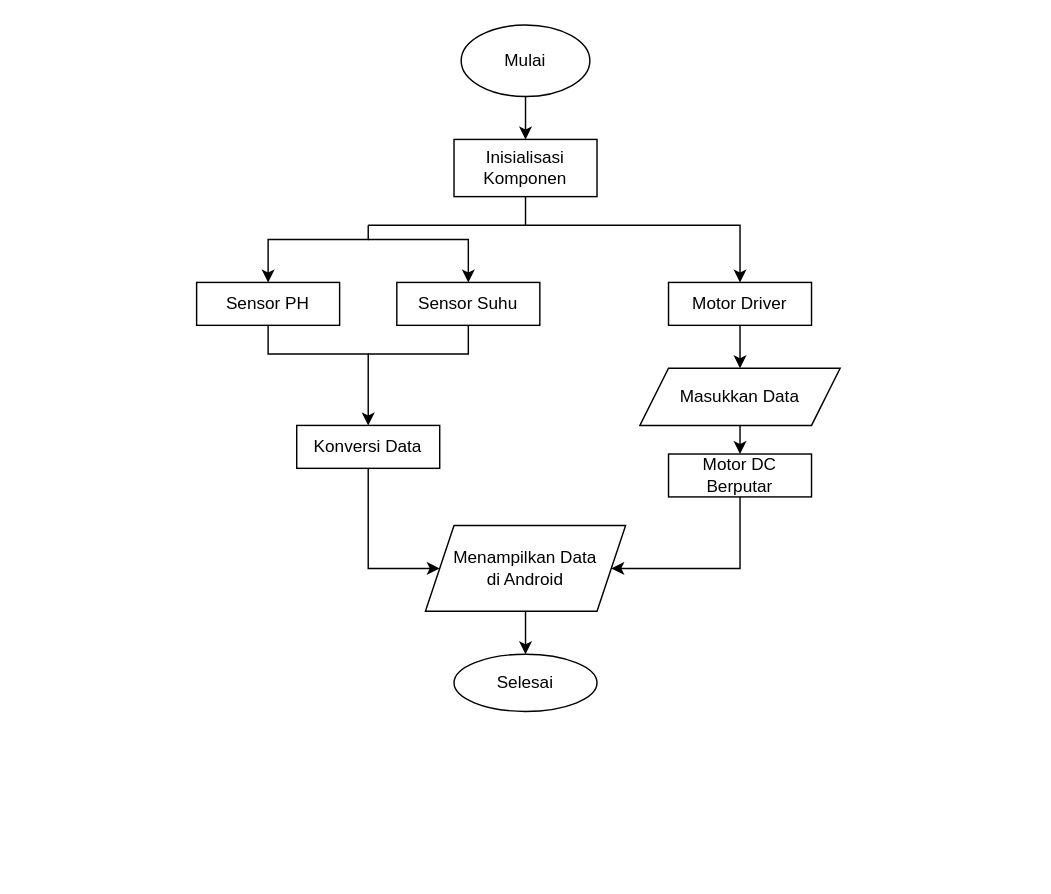
Before: Untitled Diagram.drawio in Handrawinata/komunikasi-nrf, a draw.io diagram. Source tidied: cells renumbered, new cells numbered last; positions are measured from the earlier drawing's top-left corner, leaving out a move shared by most shapes. Both pictures are drawn from the tidied source at 143%, with x=0, y=0 at pixel (196, 24).
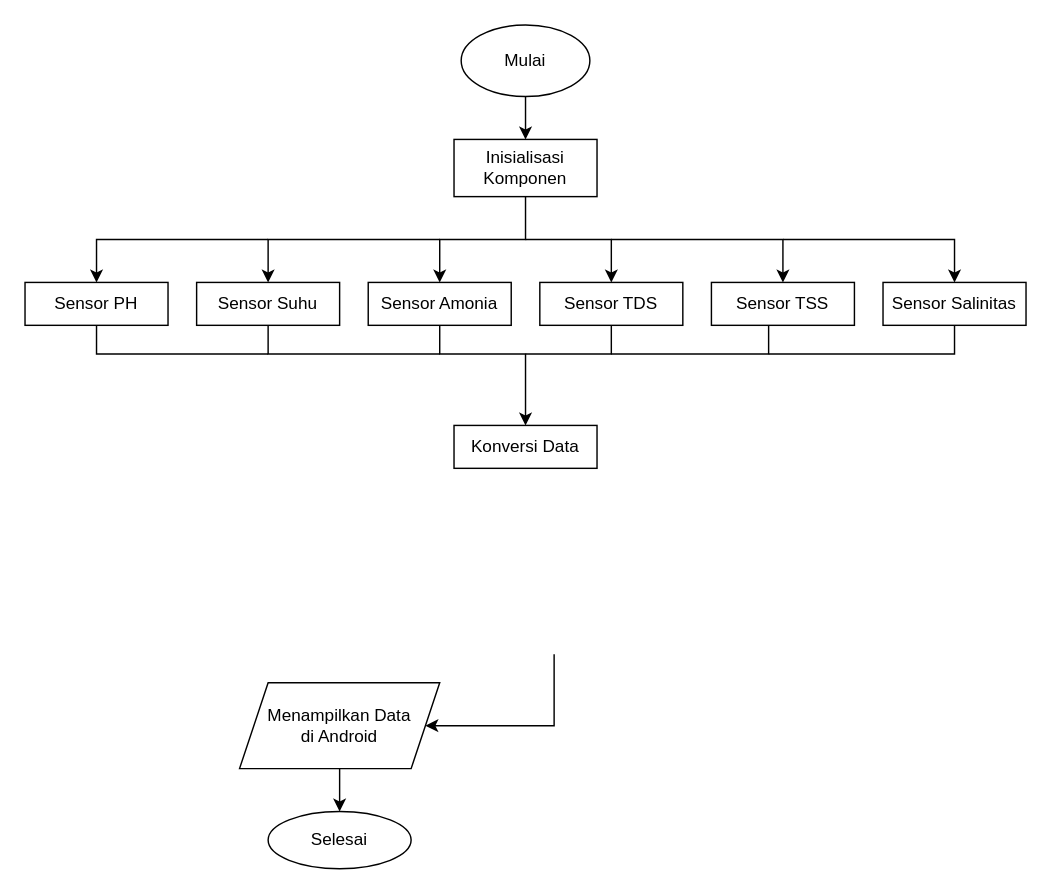
Above is the later version.

Unchanged cells that the change refers to:
```xml
<mxCell id="3" value="Inisialisasi Komponen" style="rounded=0;whiteSpace=wrap;html=1;" parent="1" vertex="1">
  <mxGeometry x="180" y="80" width="100" height="40" as="geometry" />
</mxCell>
```

Change to the diagram source:
```diff
@@
-    <mxCell id="5" style="endArrow=none;html=1;rounded=0;exitX=0.5;exitY=1;exitDx=0;exitDy=0;" parent="1" edge="1" source="3">
-      <mxGeometry relative="1" as="geometry">
-        <mxPoint x="120" y="140" as="targetPoint" />
-        <Array as="points">
-          <mxPoint x="230" y="140" />
-        </Array>
-      </mxGeometry>
-    </mxCell>
-    <mxCell id="6" value="Sensor PH" style="rounded=0;whiteSpace=wrap;html=1;" parent="1" vertex="1">
-      <mxGeometry y="180" width="100" height="30" as="geometry" />
+    <mxCell id="6" value="Sensor Amonia" style="rounded=0;whiteSpace=wrap;html=1;" parent="1" vertex="1">
+      <mxGeometry x="120" y="180" width="100" height="30" as="geometry" />
     </mxCell>
-    <mxCell id="7" value="&lt;span&gt;Sensor Suhu&lt;/span&gt;" style="rounded=0;whiteSpace=wrap;html=1;" parent="1" vertex="1">
-      <mxGeometry x="140" y="180" width="100" height="30" as="geometry" />
+    <mxCell id="7" value="&lt;span&gt;Sensor TDS&lt;/span&gt;" style="rounded=0;whiteSpace=wrap;html=1;" parent="1" vertex="1">
+      <mxGeometry x="240" y="180" width="100" height="30" as="geometry" />
     </mxCell>
-    <mxCell id="8" style="endArrow=classic;html=1;rounded=0;entryX=0.5;entryY=0;entryDx=0;entryDy=0;" parent="1" edge="1" target="6">
+    <mxCell id="8" style="endArrow=classic;html=1;rounded=0;entryX=0.5;entryY=0;entryDx=0;entryDy=0;exitX=0.5;exitY=1;exitDx=0;exitDy=0;" parent="1" edge="1" source="3" target="6">
       <mxGeometry relative="1" as="geometry">
-        <mxPoint x="120" y="140" as="sourcePoint" />
         <Array as="points">
-          <mxPoint x="120" y="150" />
-          <mxPoint x="50" y="150" />
-          <mxPoint x="50" y="180" />
+          <mxPoint x="230" y="150" />
+          <mxPoint x="170" y="150" />
         </Array>
       </mxGeometry>
     </mxCell>
     <mxCell id="9" style="endArrow=classic;html=1;rounded=0;entryX=0.5;entryY=0;entryDx=0;entryDy=0;" parent="1" edge="1" target="7">
       <mxGeometry relative="1" as="geometry">
-        <mxPoint x="120" y="150" as="sourcePoint" />
+        <mxPoint x="230" y="150" as="sourcePoint" />
         <Array as="points">
-          <mxPoint x="190" y="150" />
+          <mxPoint x="290" y="150" />
         </Array>
       </mxGeometry>
     </mxCell>
-    <mxCell id="10" style="endArrow=classic;html=1;rounded=0;entryX=0.5;entryY=0;entryDx=0;entryDy=0;" parent="1" edge="1" target="11">
-      <mxGeometry relative="1" as="geometry">
-        <mxPoint x="230" y="140" as="sourcePoint" />
-        <Array as="points">
-          <mxPoint x="380" y="140" />
-        </Array>
-      </mxGeometry>
-    </mxCell>
-    <mxCell id="11" value="&lt;span&gt;Motor Driver&lt;/span&gt;" style="rounded=0;whiteSpace=wrap;html=1;" parent="1" vertex="1">
-      <mxGeometry x="330" y="180" width="100" height="30" as="geometry" />
-    </mxCell>
     <mxCell id="12" value="&lt;span&gt;Konversi Data&lt;/span&gt;" style="rounded=0;whiteSpace=wrap;html=1;" parent="1" vertex="1">
-      <mxGeometry x="70" y="280" width="100" height="30" as="geometry" />
+      <mxGeometry x="180" y="280" width="100" height="30" as="geometry" />
     </mxCell>
     <mxCell id="13" style="endArrow=classic;html=1;rounded=0;exitX=0.5;exitY=1;exitDx=0;exitDy=0;entryX=0.5;entryY=0;entryDx=0;entryDy=0;" parent="1" edge="1" source="6" target="12">
       <mxGeometry relative="1" as="geometry">
         <Array as="points">
-          <mxPoint x="50" y="230" />
-          <mxPoint x="120" y="230" />
+          <mxPoint x="170" y="230" />
+          <mxPoint x="230" y="230" />
         </Array>
       </mxGeometry>
     </mxCell>
     <mxCell id="14" style="endArrow=none;html=1;rounded=0;entryX=0.5;entryY=1;entryDx=0;entryDy=0;" parent="1" edge="1" target="7">
       <mxGeometry relative="1" as="geometry">
-        <mxPoint x="120" y="230" as="sourcePoint" />
+        <mxPoint x="230" y="230" as="sourcePoint" />
         <Array as="points">
-          <mxPoint x="190" y="230" />
+          <mxPoint x="290" y="230" />
         </Array>
       </mxGeometry>
     </mxCell>
-    <mxCell id="15" style="edgeStyle=orthogonalEdgeStyle;rounded=0;jettySize=auto;html=1;exitX=0.5;exitY=1;exitDx=0;exitDy=0;entryX=0.5;entryY=0;entryDx=0;entryDy=0;" parent="1" edge="1" source="16" target="18">
-      <mxGeometry relative="1" as="geometry" />
-    </mxCell>
-    <mxCell id="16" value="Masukkan Data" style="shape=parallelogram;perimeter=parallelogramPerimeter;whiteSpace=wrap;html=1;fixedSize=1;" parent="1" vertex="1">
-      <mxGeometry x="310" y="240" width="140" height="40" as="geometry" />
-    </mxCell>
-    <mxCell id="17" style="endArrow=classic;html=1;rounded=0;exitX=0.5;exitY=1;exitDx=0;exitDy=0;entryX=0.5;entryY=0;entryDx=0;entryDy=0;" parent="1" edge="1" source="11" target="16">
-      <mxGeometry relative="1" as="geometry" />
-    </mxCell>
-    <mxCell id="18" value="&lt;span&gt;Motor DC Berputar&lt;/span&gt;" style="rounded=0;whiteSpace=wrap;html=1;" parent="1" vertex="1">
-      <mxGeometry x="330" y="300" width="100" height="30" as="geometry" />
-    </mxCell>
     <mxCell id="19" value="Selesai" style="ellipse;whiteSpace=wrap;html=1;" parent="1" vertex="1">
-      <mxGeometry x="180" y="440" width="100" height="40" as="geometry" />
+      <mxGeometry x="50" y="550" width="100" height="40" as="geometry" />
     </mxCell>
@@
     <mxCell id="21" value="Menampilkan Data&lt;br&gt;di Android" style="shape=parallelogram;perimeter=parallelogramPerimeter;whiteSpace=wrap;html=1;fixedSize=1;" parent="1" vertex="1">
-      <mxGeometry x="160" y="350" width="140" height="60" as="geometry" />
+      <mxGeometry x="30" y="460" width="140" height="60" as="geometry" />
     </mxCell>
-    <mxCell id="22" style="endArrow=classic;html=1;rounded=0;exitX=0.5;exitY=1;exitDx=0;exitDy=0;entryX=0;entryY=0.5;entryDx=0;entryDy=0;" parent="1" edge="1" source="12" target="21">
-      <mxGeometry relative="1" as="geometry">
-        <Array as="points">
-          <mxPoint x="120" y="380" />
-        </Array>
-      </mxGeometry>
-    </mxCell>
-    <mxCell id="23" style="endArrow=classic;html=1;rounded=0;exitX=0.5;exitY=1;exitDx=0;exitDy=0;entryX=1;entryY=0.5;entryDx=0;entryDy=0;" parent="1" edge="1" source="18" target="21">
+    <mxCell id="23" style="endArrow=classic;html=1;rounded=0;exitX=0.5;exitY=1;exitDx=0;exitDy=0;entryX=1;entryY=0.5;entryDx=0;entryDy=0;" parent="1" edge="1" target="21">
       <mxGeometry relative="1" as="geometry">
+        <mxPoint x="250" y="440" as="sourcePoint" />
         <Array as="points">
-          <mxPoint x="380" y="380" />
+          <mxPoint x="250" y="490" />
         </Array>
       </mxGeometry>
     </mxCell>
+    <mxCell id="24" value="Sensor Suhu" style="rounded=0;whiteSpace=wrap;html=1;" parent="1" vertex="1">
+      <mxGeometry y="180" width="100" height="30" as="geometry" />
+    </mxCell>
+    <mxCell id="25" style="endArrow=classic;html=1;rounded=0;entryX=0.5;entryY=0;entryDx=0;entryDy=0;" parent="1" edge="1" target="24">
+      <mxGeometry relative="1" as="geometry">
+        <mxPoint x="170" y="150" as="sourcePoint" />
+        <Array as="points">
+          <mxPoint x="100" y="150" />
+          <mxPoint x="50" y="150" />
+          <mxPoint x="50" y="170" />
+        </Array>
+      </mxGeometry>
+    </mxCell>
+    <mxCell id="26" value="Sensor TSS" style="rounded=0;whiteSpace=wrap;html=1;" parent="1" vertex="1">
+      <mxGeometry x="360" y="180" width="100" height="30" as="geometry" />
+    </mxCell>
+    <mxCell id="27" style="endArrow=classic;html=1;rounded=0;entryX=0.5;entryY=0;entryDx=0;entryDy=0;" parent="1" edge="1" target="26">
+      <mxGeometry relative="1" as="geometry">
+        <mxPoint x="290" y="150" as="sourcePoint" />
+        <Array as="points">
+          <mxPoint x="410" y="150" />
+        </Array>
+      </mxGeometry>
+    </mxCell>
+    <mxCell id="28" value="Sensor Salinitas" style="rounded=0;whiteSpace=wrap;html=1;" parent="1" vertex="1">
+      <mxGeometry x="480" y="180" width="100" height="30" as="geometry" />
+    </mxCell>
+    <mxCell id="29" style="endArrow=classic;html=1;rounded=0;entryX=0.5;entryY=0;entryDx=0;entryDy=0;" parent="1" edge="1" target="28">
+      <mxGeometry relative="1" as="geometry">
+        <mxPoint x="410" y="150" as="sourcePoint" />
+        <Array as="points">
+          <mxPoint x="530" y="150" />
+        </Array>
+      </mxGeometry>
+    </mxCell>
+    <mxCell id="30" style="endArrow=none;html=1;rounded=0;entryX=0.5;entryY=1;entryDx=0;entryDy=0;" parent="1" edge="1">
+      <mxGeometry relative="1" as="geometry">
+        <mxPoint x="290" y="230" as="sourcePoint" />
+        <mxPoint x="400" y="210" as="targetPoint" />
+        <Array as="points">
+          <mxPoint x="400" y="230" />
+        </Array>
+      </mxGeometry>
+    </mxCell>
+    <mxCell id="31" style="endArrow=none;html=1;rounded=0;entryX=0.5;entryY=1;entryDx=0;entryDy=0;" parent="1" edge="1">
+      <mxGeometry relative="1" as="geometry">
+        <mxPoint x="400" y="230" as="sourcePoint" />
+        <mxPoint x="530" y="210" as="targetPoint" />
+        <Array as="points">
+          <mxPoint x="530" y="230" />
+        </Array>
+      </mxGeometry>
+    </mxCell>
+    <mxCell id="32" value="Sensor PH" style="rounded=0;whiteSpace=wrap;html=1;" parent="1" vertex="1">
+      <mxGeometry x="-120" y="180" width="100" height="30" as="geometry" />
+    </mxCell>
+    <mxCell id="33" style="endArrow=classic;html=1;rounded=0;entryX=0.5;entryY=0;entryDx=0;entryDy=0;" parent="1" edge="1" target="32">
+      <mxGeometry relative="1" as="geometry">
+        <mxPoint x="50" y="150" as="sourcePoint" />
+        <Array as="points">
+          <mxPoint x="-20" y="150" />
+          <mxPoint x="-70" y="150" />
+          <mxPoint x="-70" y="170" />
+        </Array>
+      </mxGeometry>
+    </mxCell>
+    <mxCell id="34" style="endArrow=none;html=1;rounded=0;entryX=0.5;entryY=1;entryDx=0;entryDy=0;" parent="1" edge="1">
+      <mxGeometry relative="1" as="geometry">
+        <mxPoint x="170" y="230" as="sourcePoint" />
+        <mxPoint x="50" y="210" as="targetPoint" />
+        <Array as="points">
+          <mxPoint x="50" y="230" />
+        </Array>
+      </mxGeometry>
+    </mxCell>
+    <mxCell id="35" style="endArrow=none;html=1;rounded=0;entryX=0.5;entryY=1;entryDx=0;entryDy=0;" parent="1" edge="1">
+      <mxGeometry relative="1" as="geometry">
+        <mxPoint x="50" y="230" as="sourcePoint" />
+        <mxPoint x="-70" y="210" as="targetPoint" />
+        <Array as="points">
+          <mxPoint x="-70" y="230" />
+        </Array>
+      </mxGeometry>
+    </mxCell>
```
